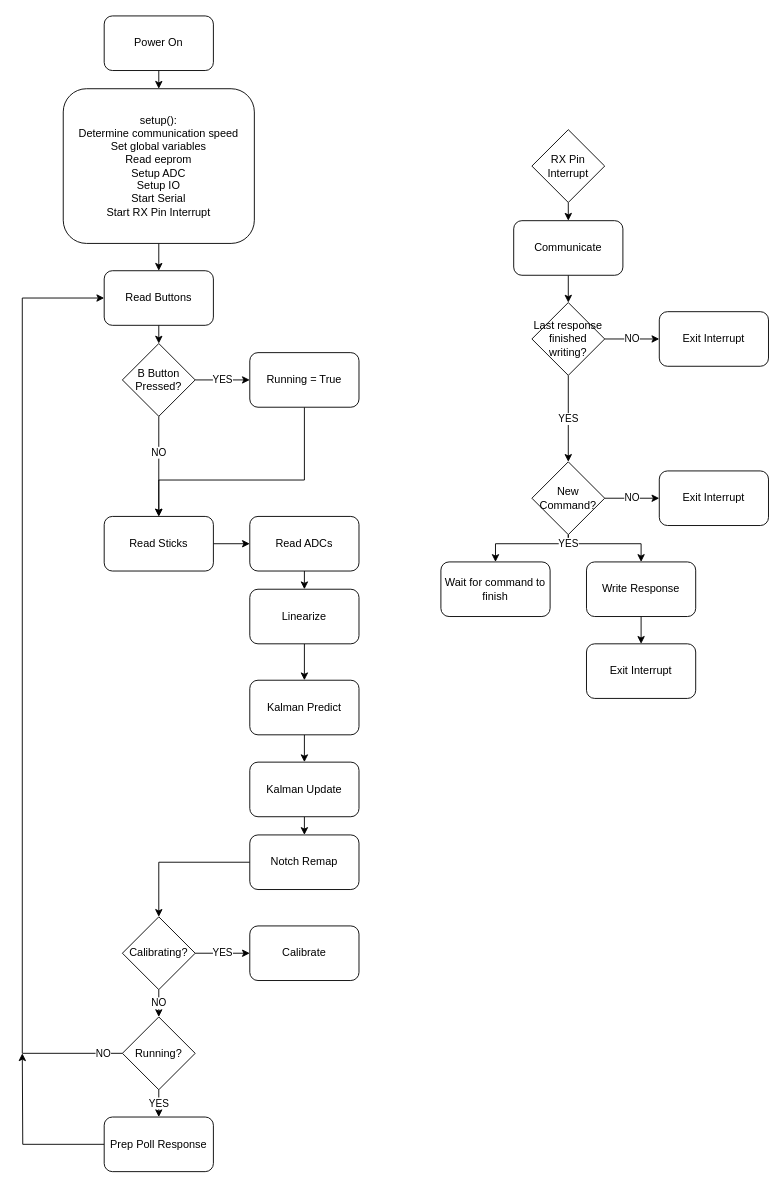
Above: Documentation/PhobGCC State Diagram.drawio in karchz/PhobGCC-SW (draw.io), before the change. Source tidied: cells renumbered, new cells numbered last; positions are measured from the earlier drawing's top-left corner, leaving out a move shared by most shapes. Both pictures are drawn from the tidied source at 91%, with x=0, y=0 at pixel (22, 15).
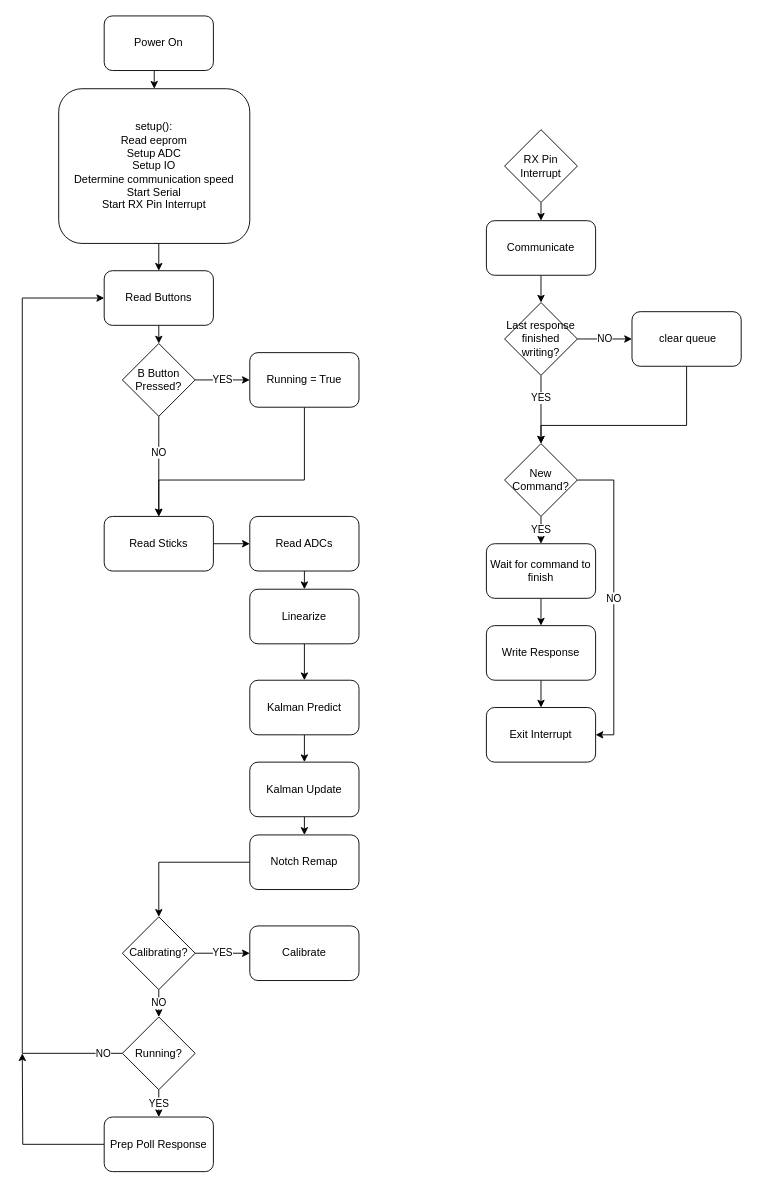
The same diagram, later.

Commit message (it also covers changes not shown here):
Updated the way the serial frequency is determined, hopefully this will allow the controller to work regardless of what its plugged into.

Diff of the diagram source:
```diff
@@
-    <mxCell id="5" value="setup():&lt;br&gt;Determine communication speed&lt;br&gt;Set global variables&lt;br&gt;Read eeprom&lt;br&gt;Setup ADC&lt;br&gt;Setup IO&lt;br&gt;Start Serial&lt;br&gt;Start RX Pin Interrupt" style="rounded=1;whiteSpace=wrap;html=1;" parent="1" vertex="1">
-      <mxGeometry x="45" y="80" width="210" height="170" as="geometry" />
+    <mxCell id="5" value="setup():&lt;br&gt;Read eeprom&lt;br&gt;Setup ADC&lt;br&gt;Setup IO&lt;br&gt;Determine communication speed&lt;br&gt;Start Serial&lt;br&gt;Start RX Pin Interrupt" style="rounded=1;whiteSpace=wrap;html=1;" parent="1" vertex="1">
+      <mxGeometry x="40" y="80" width="210" height="170" as="geometry" />
     </mxCell>
@@
     <mxCell id="7" value="Write Response" style="rounded=1;whiteSpace=wrap;html=1;" parent="1" vertex="1">
-      <mxGeometry x="620" y="600" width="120" height="60" as="geometry" />
+      <mxGeometry x="510" y="670" width="120" height="60" as="geometry" />
     </mxCell>
@@
     <mxCell id="26" value="RX Pin Interrupt" style="rhombus;whiteSpace=wrap;html=1;" parent="1" vertex="1">
-      <mxGeometry x="560" y="125" width="80" height="80" as="geometry" />
+      <mxGeometry x="530" y="125" width="80" height="80" as="geometry" />
     </mxCell>
@@
     <mxCell id="28" value="YES" style="edgeStyle=orthogonalEdgeStyle;rounded=0;jettySize=auto;html=1;exitX=0.5;exitY=1;exitDx=0;exitDy=0;entryX=0.5;entryY=0;entryDx=0;entryDy=0;" parent="1" edge="1" source="29" target="35">
-      <mxGeometry relative="1" as="geometry" />
+      <mxGeometry x="-0.33" relative="1" as="geometry" />
     </mxCell>
     <mxCell id="29" value="Last response finished writing?" style="rhombus;whiteSpace=wrap;html=1;" parent="1" vertex="1">
-      <mxGeometry x="560" y="315" width="80" height="80" as="geometry" />
+      <mxGeometry x="530" y="315" width="80" height="80" as="geometry" />
     </mxCell>
@@
     <mxCell id="31" value="Communicate" style="rounded=1;whiteSpace=wrap;html=1;" parent="1" vertex="1">
-      <mxGeometry x="540" y="225" width="120" height="60" as="geometry" />
+      <mxGeometry x="510" y="225" width="120" height="60" as="geometry" />
     </mxCell>
-    <mxCell id="32" value="NO" style="edgeStyle=orthogonalEdgeStyle;rounded=0;jettySize=auto;html=1;exitX=1;exitY=0.5;exitDx=0;exitDy=0;entryX=0;entryY=0.5;entryDx=0;entryDy=0;" parent="1" edge="1" source="35" target="48">
+    <mxCell id="32" value="NO" style="edgeStyle=orthogonalEdgeStyle;rounded=0;jettySize=auto;html=1;exitX=1;exitY=0.5;exitDx=0;exitDy=0;entryX=1;entryY=0.5;entryDx=0;entryDy=0;" parent="1" edge="1" source="35" target="49">
       <mxGeometry relative="1" as="geometry" />
     </mxCell>
-    <mxCell id="33" style="edgeStyle=orthogonalEdgeStyle;rounded=0;jettySize=auto;html=1;exitX=0.5;exitY=1;exitDx=0;exitDy=0;entryX=0.5;entryY=0;entryDx=0;entryDy=0;" parent="1" edge="1" source="35" target="50">
+    <mxCell id="33" value="YES" style="edgeStyle=orthogonalEdgeStyle;rounded=0;jettySize=auto;html=1;exitX=0.5;exitY=1;exitDx=0;exitDy=0;entryX=0.5;entryY=0;entryDx=0;entryDy=0;" parent="1" edge="1" source="35" target="50">
       <mxGeometry relative="1" as="geometry">
         <Array as="points">
-          <mxPoint x="600" y="580" />
-          <mxPoint x="520" y="580" />
+          <mxPoint x="570" y="580" />
+          <mxPoint x="570" y="580" />
         </Array>
       </mxGeometry>
     </mxCell>
-    <mxCell id="34" value="YES" style="edgeStyle=orthogonalEdgeStyle;rounded=0;jettySize=auto;html=1;exitX=0.5;exitY=1;exitDx=0;exitDy=0;entryX=0.5;entryY=0;entryDx=0;entryDy=0;" parent="1" edge="1" source="35" target="7">
-      <mxGeometry x="-0.82" relative="1" as="geometry">
-        <Array as="points">
-          <mxPoint x="600" y="580" />
-          <mxPoint x="680" y="580" />
-        </Array>
-      </mxGeometry>
-    </mxCell>
     <mxCell id="35" value="New Command?" style="rhombus;whiteSpace=wrap;html=1;" parent="1" vertex="1">
-      <mxGeometry x="560" y="490" width="80" height="80" as="geometry" />
+      <mxGeometry x="530" y="470" width="80" height="80" as="geometry" />
     </mxCell>
@@
+    <mxCell id="51" style="edgeStyle=orthogonalEdgeStyle;rounded=0;jettySize=auto;html=1;exitX=0.5;exitY=1;exitDx=0;exitDy=0;entryX=0.5;entryY=0;entryDx=0;entryDy=0;" parent="1" edge="1" source="47" target="35">
+      <mxGeometry relative="1" as="geometry">
+        <Array as="points">
+          <mxPoint x="730" y="450" />
+          <mxPoint x="570" y="450" />
+        </Array>
+      </mxGeometry>
+    </mxCell>
-    <mxCell id="47" value="Exit Interrupt" style="rounded=1;whiteSpace=wrap;html=1;" parent="1" vertex="1">
-      <mxGeometry x="700" y="325" width="120" height="60" as="geometry" />
+    <mxCell id="47" value="&amp;nbsp;clear queue" style="rounded=1;whiteSpace=wrap;html=1;" parent="1" vertex="1">
+      <mxGeometry x="670" y="325" width="120" height="60" as="geometry" />
     </mxCell>
-    <mxCell id="48" value="Exit Interrupt" style="rounded=1;whiteSpace=wrap;html=1;" parent="1" vertex="1">
-      <mxGeometry x="700" y="500" width="120" height="60" as="geometry" />
-    </mxCell>
     <mxCell id="49" value="Exit Interrupt" style="rounded=1;whiteSpace=wrap;html=1;" parent="1" vertex="1">
-      <mxGeometry x="620" y="690" width="120" height="60" as="geometry" />
+      <mxGeometry x="510" y="760" width="120" height="60" as="geometry" />
     </mxCell>
+    <mxCell id="52" style="edgeStyle=orthogonalEdgeStyle;rounded=0;jettySize=auto;html=1;exitX=0.5;exitY=1;exitDx=0;exitDy=0;entryX=0.5;entryY=0;entryDx=0;entryDy=0;" parent="1" edge="1" source="50" target="7">
+      <mxGeometry relative="1" as="geometry" />
+    </mxCell>
     <mxCell id="50" value="Wait for command to finish" style="rounded=1;whiteSpace=wrap;html=1;" parent="1" vertex="1">
-      <mxGeometry x="460" y="600" width="120" height="60" as="geometry" />
+      <mxGeometry x="510" y="580" width="120" height="60" as="geometry" />
     </mxCell>
```
